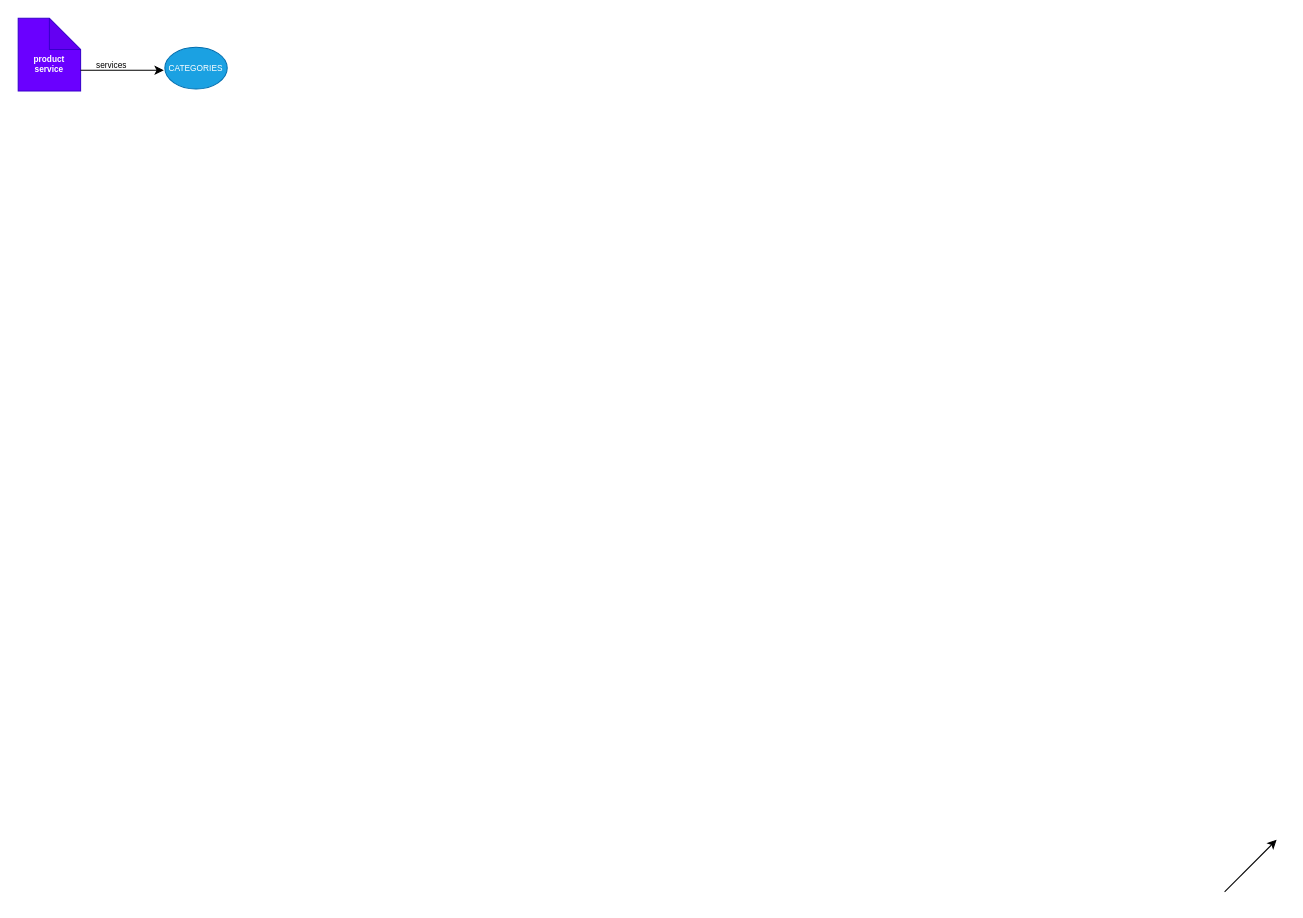
This is Untitled Diagram.drawio from ketdev-og/stackoverflow_test, a draw.io file, before an edit. Source tidied: cells renumbered, new cells numbered last; positions are measured from the earlier drawing's top-left corner, leaving out a move shared by most shapes. Both pictures are drawn from the tidied source at 104%, with x=0, y=0 at pixel (18, 18).
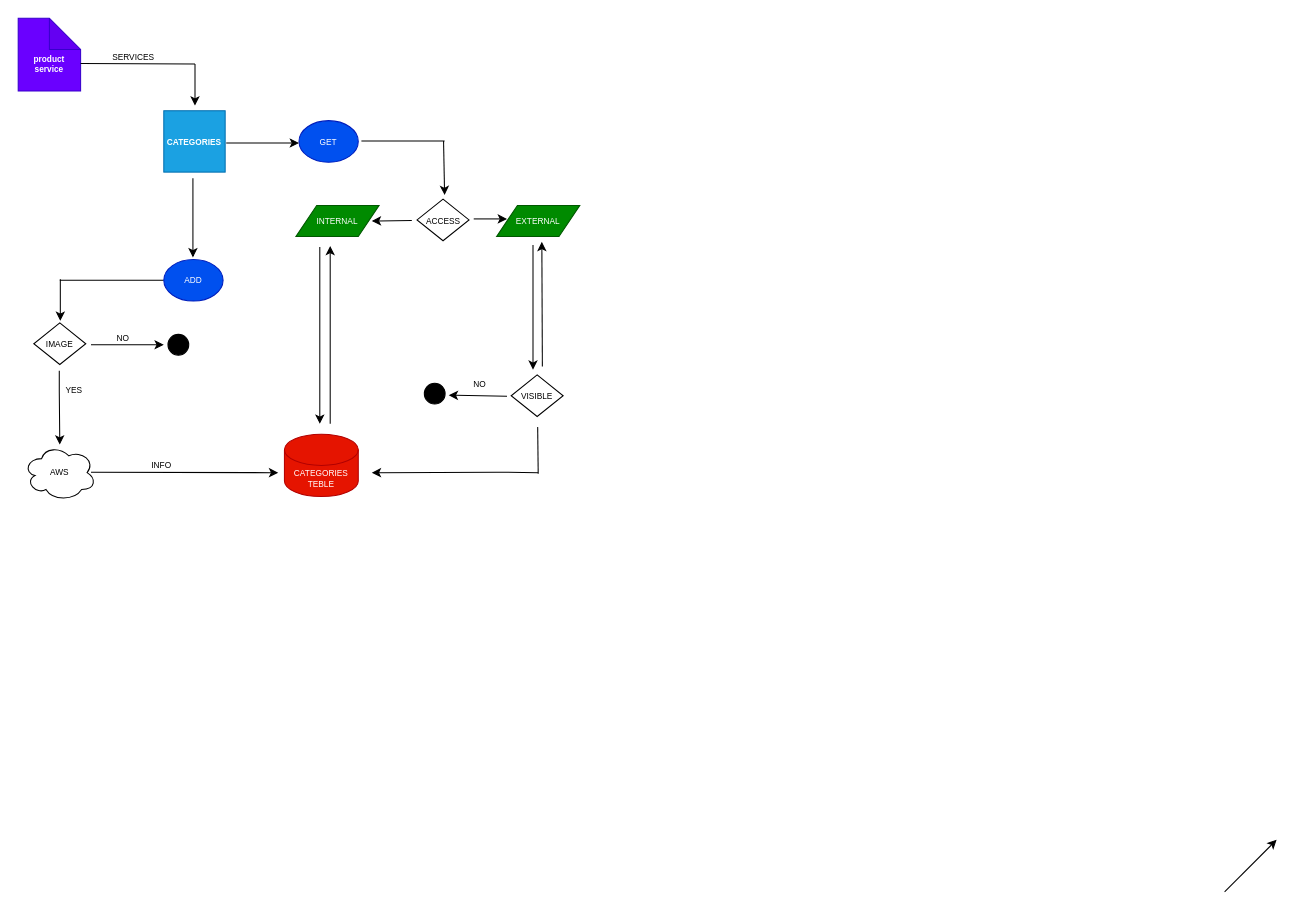
The same diagram, later.

The edit, as a diff of the source:
```diff
@@
+    <mxCell id="7" style="endArrow=none;html=1;rounded=0;fontSize=8;entryX=0;entryY=0.5;entryDx=0;entryDy=0;" parent="1" edge="1" target="15">
+      <mxGeometry relative="1" as="geometry">
+        <mxPoint x="40" y="252" as="sourcePoint" />
+      </mxGeometry>
+    </mxCell>
@@
-    <mxCell id="4" style="endArrow=classic;html=1;rounded=0;fontSize=8;" parent="1" edge="1">
-      <mxGeometry relative="1" as="geometry">
-        <mxPoint x="60" y="50" as="sourcePoint" />
-        <mxPoint x="140" y="50" as="targetPoint" />
-      </mxGeometry>
-    </mxCell>
-    <mxCell id="5" value="services" style="text;html=1;strokeColor=none;fillColor=none;align=center;verticalAlign=middle;whiteSpace=wrap;rounded=0;fontSize=8;" parent="1" vertex="1">
-      <mxGeometry x="60" y="30" width="60" height="30" as="geometry" />
+    <mxCell id="5" value="SERVICES" style="text;html=1;strokeColor=none;fillColor=none;align=center;verticalAlign=middle;whiteSpace=wrap;rounded=0;fontSize=8;" parent="1" vertex="1">
+      <mxGeometry x="81" y="23" width="60" height="30" as="geometry" />
     </mxCell>
+    <mxCell id="8" style="endArrow=none;html=1;rounded=0;fontSize=8;exitX=0;exitY=0.75;exitDx=0;exitDy=0;" parent="1" edge="1">
+      <mxGeometry relative="1" as="geometry">
+        <mxPoint x="60" y="43.5" as="sourcePoint" />
+        <mxPoint x="170" y="44" as="targetPoint" />
+      </mxGeometry>
+    </mxCell>
+    <mxCell id="9" style="endArrow=classic;html=1;rounded=0;fontSize=8;entryX=0.5;entryY=0;entryDx=0;entryDy=0;" parent="1" edge="1">
+      <mxGeometry relative="1" as="geometry">
+        <mxPoint x="170" y="44" as="sourcePoint" />
+        <mxPoint x="170" y="84" as="targetPoint" />
+      </mxGeometry>
+    </mxCell>
+    <mxCell id="10" style="endArrow=classic;html=1;rounded=0;fontSize=8;" parent="1" edge="1">
+      <mxGeometry relative="1" as="geometry">
+        <mxPoint x="168" y="154" as="sourcePoint" />
+        <mxPoint x="168" y="230" as="targetPoint" />
+        <Array as="points">
+          <mxPoint x="168" y="174" />
+        </Array>
+      </mxGeometry>
+    </mxCell>
-    <mxCell id="6" value="CATEGORIES" style="ellipse;whiteSpace=wrap;html=1;fontSize=8;fillColor=#1ba1e2;fontColor=#ffffff;strokeColor=#006EAF;" parent="1" vertex="1">
-      <mxGeometry x="141" y="28" width="60" height="40" as="geometry" />
+    <mxCell id="6" value="&lt;b&gt;CATEGORIES&lt;/b&gt;" style="whiteSpace=wrap;html=1;fontSize=8;fillColor=#1ba1e2;fontColor=#ffffff;strokeColor=#006EAF;" parent="1" vertex="1">
+      <mxGeometry x="140" y="89" width="59" height="59" as="geometry" />
     </mxCell>
+    <mxCell id="11" style="endArrow=classic;html=1;rounded=0;fontSize=8;" parent="1" edge="1">
+      <mxGeometry relative="1" as="geometry">
+        <mxPoint x="409" y="118" as="sourcePoint" />
+        <mxPoint x="410" y="170" as="targetPoint" />
+      </mxGeometry>
+    </mxCell>
+    <mxCell id="12" value="INTERNAL" style="shape=parallelogram;perimeter=parallelogramPerimeter;whiteSpace=wrap;html=1;fixedSize=1;fontSize=8;fillColor=#008a00;fontColor=#ffffff;strokeColor=#005700;" parent="1" vertex="1">
+      <mxGeometry x="267" y="180" width="80" height="30" as="geometry" />
+    </mxCell>
+    <mxCell id="13" style="edgeStyle=orthogonalEdgeStyle;rounded=0;orthogonalLoop=1;jettySize=auto;html=1;fontSize=8;" parent="1" edge="1">
+      <mxGeometry relative="1" as="geometry">
+        <mxPoint x="495" y="218" as="sourcePoint" />
+        <mxPoint x="495" y="338" as="targetPoint" />
+      </mxGeometry>
+    </mxCell>
+    <mxCell id="14" value="EXTERNAL" style="shape=parallelogram;perimeter=parallelogramPerimeter;whiteSpace=wrap;html=1;fixedSize=1;fontSize=8;fillColor=#008a00;fontColor=#ffffff;strokeColor=#005700;" parent="1" vertex="1">
+      <mxGeometry x="460" y="180" width="80" height="30" as="geometry" />
+    </mxCell>
+    <mxCell id="15" value="ADD" style="ellipse;whiteSpace=wrap;html=1;fontSize=8;fillColor=#0050ef;fontColor=#ffffff;strokeColor=#001DBC;" parent="1" vertex="1">
+      <mxGeometry x="140" y="232" width="57" height="40" as="geometry" />
+    </mxCell>
+    <mxCell id="16" value="AWS" style="ellipse;shape=cloud;whiteSpace=wrap;html=1;fontSize=8;" parent="1" vertex="1">
+      <mxGeometry x="5" y="410" width="70" height="54" as="geometry" />
+    </mxCell>
+    <mxCell id="17" style="endArrow=classic;html=1;rounded=0;fontSize=8;" parent="1" edge="1">
+      <mxGeometry relative="1" as="geometry">
+        <mxPoint x="40.5" y="251" as="sourcePoint" />
+        <mxPoint x="40.5" y="291" as="targetPoint" />
+        <Array as="points">
+          <mxPoint x="40.5" y="271" />
+        </Array>
+      </mxGeometry>
+    </mxCell>
+    <mxCell id="18" value="INFO" style="text;html=1;strokeColor=none;fillColor=none;align=center;verticalAlign=middle;whiteSpace=wrap;rounded=0;fontSize=8;" parent="1" vertex="1">
+      <mxGeometry x="108" y="415" width="60" height="30" as="geometry" />
+    </mxCell>
+    <mxCell id="19" style="rhombus;whiteSpace=wrap;html=1;fontSize=8;" parent="1" vertex="1">
+      <mxGeometry x="15" y="293" width="50" height="40" as="geometry" />
+    </mxCell>
+    <mxCell id="20" style="endArrow=classic;html=1;rounded=0;fontSize=8;" parent="1" edge="1">
+      <mxGeometry relative="1" as="geometry">
+        <mxPoint x="70" y="314" as="sourcePoint" />
+        <mxPoint x="140" y="314" as="targetPoint" />
+      </mxGeometry>
+    </mxCell>
+    <mxCell id="21" value="IMAGE" style="text;html=1;strokeColor=none;fillColor=none;align=center;verticalAlign=middle;whiteSpace=wrap;rounded=0;fontSize=8;" parent="1" vertex="1">
+      <mxGeometry x="10" y="299" width="60" height="30" as="geometry" />
+    </mxCell>
+    <mxCell id="22" style="ellipse;whiteSpace=wrap;html=1;fontSize=8;fillColor=#000000;" parent="1" vertex="1">
+      <mxGeometry x="144" y="304" width="20" height="20" as="geometry" />
+    </mxCell>
+    <mxCell id="23" value="NO" style="text;html=1;strokeColor=none;fillColor=none;align=center;verticalAlign=middle;whiteSpace=wrap;rounded=0;fontSize=8;" parent="1" vertex="1">
+      <mxGeometry x="71" y="293" width="60" height="30" as="geometry" />
+    </mxCell>
+    <mxCell id="24" style="endArrow=classic;html=1;rounded=0;fontSize=8;" parent="1" edge="1">
+      <mxGeometry relative="1" as="geometry">
+        <mxPoint x="70" y="436.5" as="sourcePoint" />
+        <mxPoint x="250" y="437" as="targetPoint" />
+      </mxGeometry>
+    </mxCell>
+    <mxCell id="25" value="CATEGORIES&lt;br&gt;TEBLE" style="shape=cylinder3;whiteSpace=wrap;html=1;boundedLbl=1;backgroundOutline=1;size=15;fontSize=8;fillColor=#e51400;fontColor=#ffffff;strokeColor=#B20000;" parent="1" vertex="1">
+      <mxGeometry x="256" y="400" width="71" height="60" as="geometry" />
+    </mxCell>
+    <mxCell id="26" value="YES" style="text;html=1;strokeColor=none;fillColor=none;align=center;verticalAlign=middle;whiteSpace=wrap;rounded=0;fontSize=8;" parent="1" vertex="1">
+      <mxGeometry x="24" y="343" width="60" height="30" as="geometry" />
+    </mxCell>
+    <mxCell id="27" style="endArrow=classic;html=1;rounded=0;fontSize=8;" parent="1" edge="1">
+      <mxGeometry relative="1" as="geometry">
+        <mxPoint x="39.5" y="339" as="sourcePoint" />
+        <mxPoint x="40" y="410" as="targetPoint" />
+        <Array as="points">
+          <mxPoint x="39.5" y="359" />
+        </Array>
+      </mxGeometry>
+    </mxCell>
+    <mxCell id="28" value="GET" style="ellipse;whiteSpace=wrap;html=1;fontSize=8;fillColor=#0050ef;fontColor=#ffffff;strokeColor=#001DBC;" parent="1" vertex="1">
+      <mxGeometry x="270" y="98.5" width="57" height="40" as="geometry" />
+    </mxCell>
+    <mxCell id="29" style="endArrow=classic;html=1;rounded=0;fontSize=8;" parent="1" edge="1">
+      <mxGeometry relative="1" as="geometry">
+        <mxPoint x="200" y="120" as="sourcePoint" />
+        <mxPoint x="270" y="120" as="targetPoint" />
+      </mxGeometry>
+    </mxCell>
+    <mxCell id="30" style="endArrow=none;html=1;rounded=0;fontSize=8;" parent="1" edge="1">
+      <mxGeometry relative="1" as="geometry">
+        <mxPoint x="330" y="118" as="sourcePoint" />
+        <mxPoint x="410" y="118" as="targetPoint" />
+      </mxGeometry>
+    </mxCell>
+    <mxCell id="31" style="rhombus;whiteSpace=wrap;html=1;fontSize=8;" parent="1" vertex="1">
+      <mxGeometry x="383.5" y="174" width="50" height="40" as="geometry" />
+    </mxCell>
+    <mxCell id="32" value="ACCESS" style="text;html=1;strokeColor=none;fillColor=none;align=center;verticalAlign=middle;whiteSpace=wrap;rounded=0;fontSize=8;" parent="1" vertex="1">
+      <mxGeometry x="378.5" y="180" width="60" height="30" as="geometry" />
+    </mxCell>
+    <mxCell id="33" style="endArrow=classic;html=1;rounded=0;fontSize=8;" parent="1" edge="1">
+      <mxGeometry relative="1" as="geometry">
+        <mxPoint x="438" y="193" as="sourcePoint" />
+        <mxPoint x="470" y="193" as="targetPoint" />
+      </mxGeometry>
+    </mxCell>
+    <mxCell id="34" style="endArrow=classic;html=1;rounded=0;fontSize=8;" parent="1" edge="1">
+      <mxGeometry relative="1" as="geometry">
+        <mxPoint x="378.5" y="194.5" as="sourcePoint" />
+        <mxPoint x="340" y="195" as="targetPoint" />
+      </mxGeometry>
+    </mxCell>
+    <mxCell id="35" style="endArrow=classic;html=1;rounded=0;fontSize=8;" parent="1" edge="1">
+      <mxGeometry relative="1" as="geometry">
+        <mxPoint x="500" y="437" as="sourcePoint" />
+        <mxPoint x="340" y="437" as="targetPoint" />
+        <Array as="points">
+          <mxPoint x="460" y="436.5" />
+        </Array>
+      </mxGeometry>
+    </mxCell>
+    <mxCell id="36" style="endArrow=classic;html=1;rounded=0;fontSize=8;" parent="1" edge="1">
+      <mxGeometry relative="1" as="geometry">
+        <mxPoint x="290" y="220" as="sourcePoint" />
+        <mxPoint x="290" y="390" as="targetPoint" />
+      </mxGeometry>
+    </mxCell>
+    <mxCell id="37" style="rhombus;whiteSpace=wrap;html=1;fontSize=8;" parent="1" vertex="1">
+      <mxGeometry x="474" y="343" width="50" height="40" as="geometry" />
+    </mxCell>
+    <mxCell id="38" value="VISIBLE" style="text;html=1;strokeColor=none;fillColor=none;align=center;verticalAlign=middle;whiteSpace=wrap;rounded=0;fontSize=8;" parent="1" vertex="1">
+      <mxGeometry x="469" y="349" width="60" height="30" as="geometry" />
+    </mxCell>
+    <mxCell id="39" style="endArrow=classic;html=1;rounded=0;fontSize=8;" parent="1" edge="1">
+      <mxGeometry relative="1" as="geometry">
+        <mxPoint x="300" y="390" as="sourcePoint" />
+        <mxPoint x="300" y="219" as="targetPoint" />
+      </mxGeometry>
+    </mxCell>
+    <mxCell id="40" style="endArrow=classic;html=1;rounded=0;fontSize=8;" parent="1" edge="1">
+      <mxGeometry relative="1" as="geometry">
+        <mxPoint x="504" y="335" as="sourcePoint" />
+        <mxPoint x="503.5" y="215" as="targetPoint" />
+      </mxGeometry>
+    </mxCell>
+    <mxCell id="41" value="NO" style="text;html=1;strokeColor=none;fillColor=none;align=center;verticalAlign=middle;whiteSpace=wrap;rounded=0;fontSize=8;" parent="1" vertex="1">
+      <mxGeometry x="414" y="337" width="60" height="30" as="geometry" />
+    </mxCell>
+    <mxCell id="42" style="endArrow=none;html=1;rounded=0;fontSize=8;" parent="1" edge="1">
+      <mxGeometry relative="1" as="geometry">
+        <mxPoint x="500" y="438" as="sourcePoint" />
+        <mxPoint x="499.5" y="393" as="targetPoint" />
+      </mxGeometry>
+    </mxCell>
+    <mxCell id="43" style="endArrow=classic;html=1;rounded=0;fontSize=8;" parent="1" edge="1">
+      <mxGeometry relative="1" as="geometry">
+        <mxPoint x="470" y="363.5" as="sourcePoint" />
+        <mxPoint x="414" y="362.5" as="targetPoint" />
+      </mxGeometry>
+    </mxCell>
+    <mxCell id="44" style="ellipse;whiteSpace=wrap;html=1;fontSize=8;fillColor=#000000;" parent="1" vertex="1">
+      <mxGeometry x="390.5" y="351" width="20" height="20" as="geometry" />
+    </mxCell>
```
